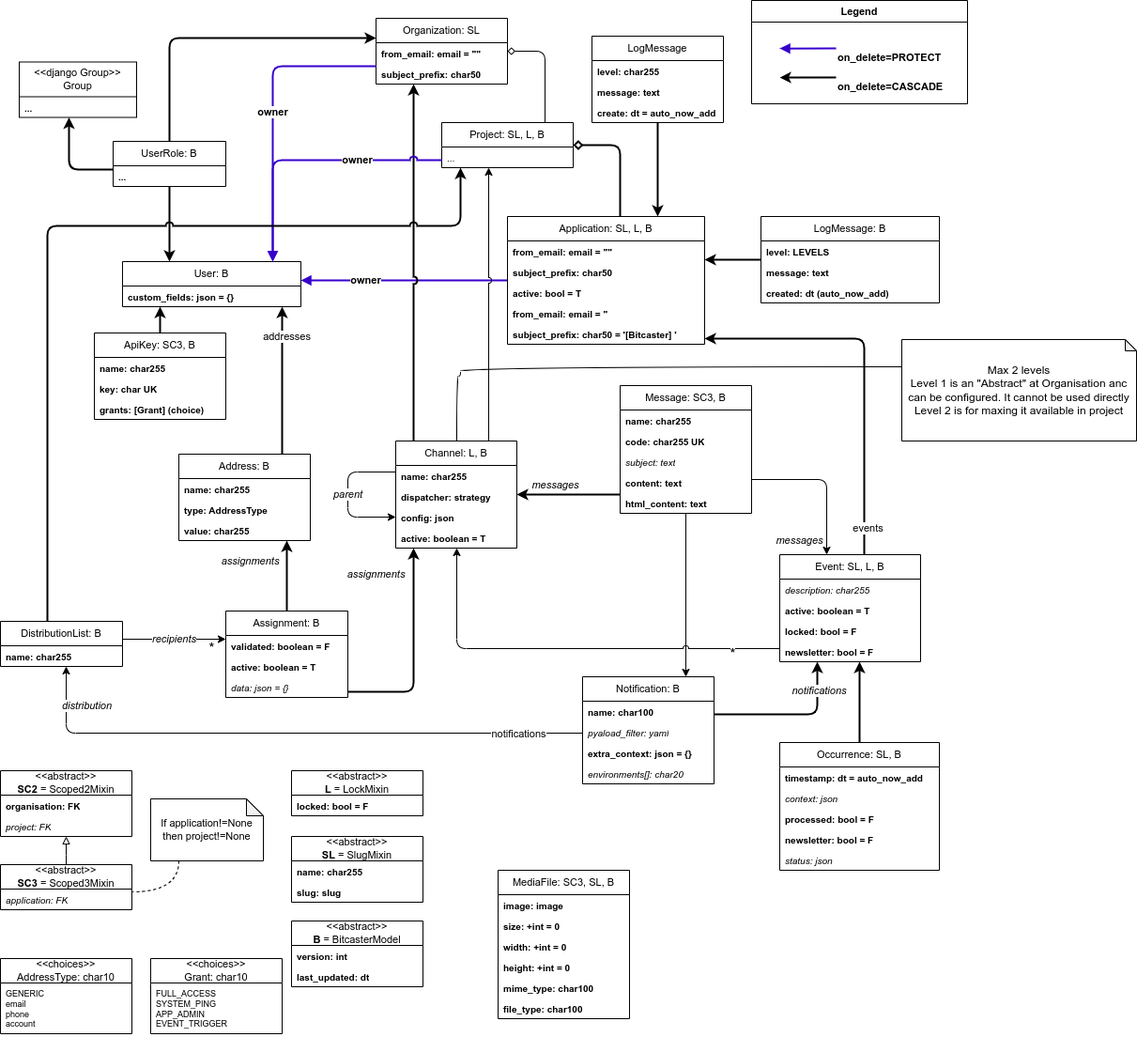
Earlier version of the draw.io export docs/guidelines/development/BitcasterCD.drawio.png (bitcaster-io/bitcaster). Source tidied: cells renumbered, new cells last; positions are measured from the earlier drawing's top-left corner, leaving out a move shared by most shapes.
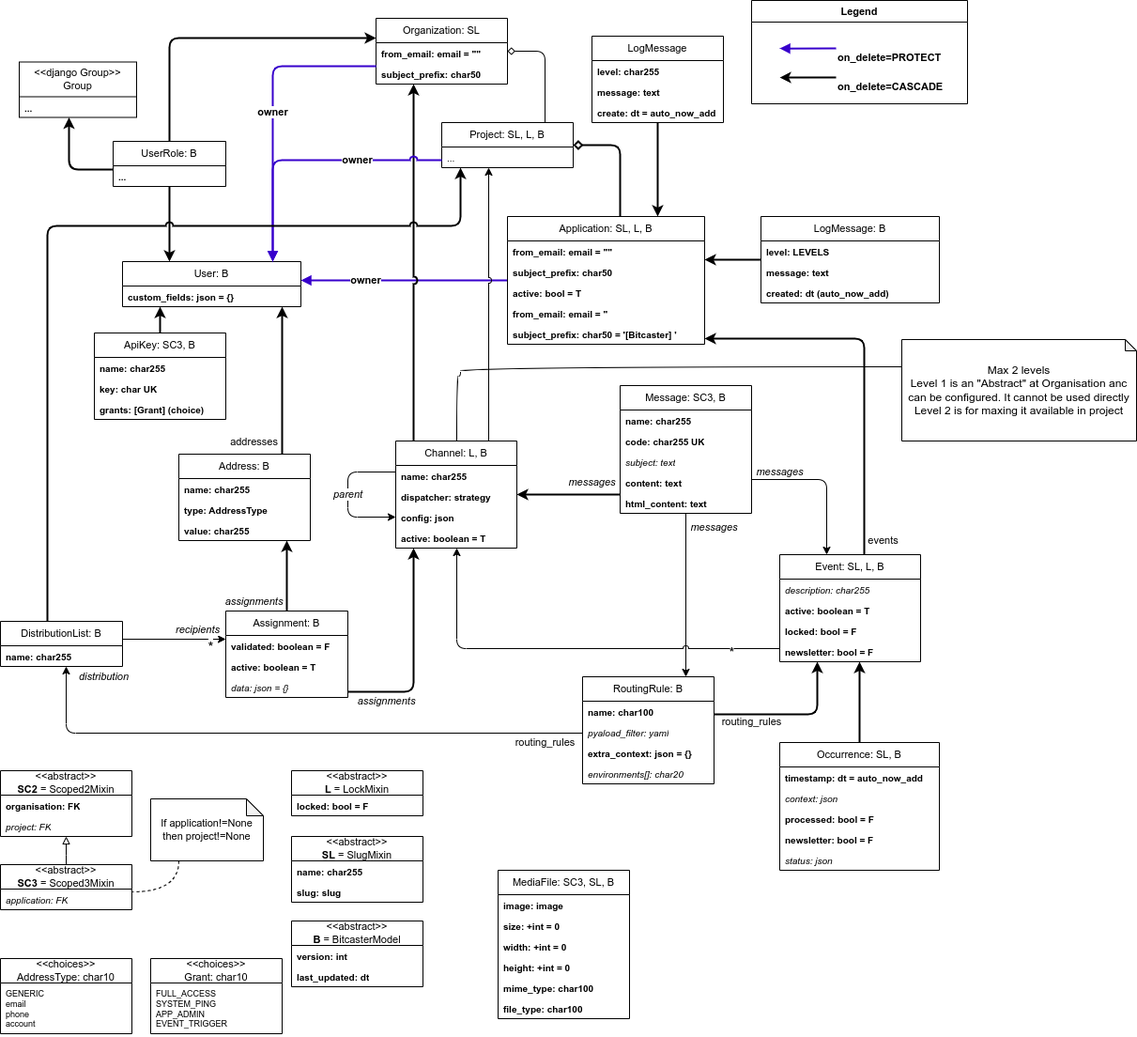
Above is the later version.

The edit, as a diff of the source:
```diff
@@ -11,7 +11,7 @@
     </mxCell>
     <mxCell id="3" value="messages" style="edgeLabel;html=1;align=center;verticalAlign=middle;fontFamily=Helvetica;fontSize=11;fontColor=default;labelBackgroundColor=default;fontStyle=2;" parent="2" vertex="1">
       <mxGeometry x="0.71" y="-1" relative="1" as="geometry">
-        <mxPoint x="-29" y="7" as="offset" />
+        <mxPoint x="-49" y="-65" as="offset" />
       </mxGeometry>
     </mxCell>
     <mxCell id="4" style="edgeStyle=orthogonalEdgeStyle;curved=0;rounded=1;jumpStyle=arc;jettySize=auto;html=1;strokeColor=default;align=center;verticalAlign=middle;fontFamily=Helvetica;fontSize=11;fontColor=default;labelBackgroundColor=default;endArrow=classic;strokeWidth=2;fontStyle=1;" parent="1" edge="1" source="7" target="33">
@@ -24,7 +24,7 @@
     </mxCell>
     <mxCell id="5" value="messages" style="edgeLabel;html=1;align=center;verticalAlign=middle;fontFamily=Helvetica;fontSize=11;fontColor=default;labelBackgroundColor=default;fontStyle=2;" parent="4" vertex="1">
       <mxGeometry x="0.8" y="1" relative="1" as="geometry">
-        <mxPoint x="29" y="-12" as="offset" />
+        <mxPoint x="69" y="-14" as="offset" />
       </mxGeometry>
     </mxCell>
     <mxCell id="6" style="edgeStyle=orthogonalEdgeStyle;rounded=1;jettySize=auto;html=1;jumpStyle=arc;" parent="1" edge="1" source="7" target="105">
@@ -35,6 +35,11 @@
         </Array>
       </mxGeometry>
     </mxCell>
+    <mxCell id="138" value="messages" style="edgeLabel;html=1;align=center;verticalAlign=middle;fontStyle=2;" parent="6" vertex="1">
+      <mxGeometry x="-0.76" relative="1" as="geometry">
+        <mxPoint x="30" y="-6" as="offset" />
+      </mxGeometry>
+    </mxCell>
     <mxCell id="7" value="Message: SC3, B" style="swimlane;fontStyle=0;horizontal=1;startSize=26;fillColor=none;whiteSpace=wrap;html=1;fontSize=11;" parent="1" vertex="1">
       <mxGeometry x="660" y="410" width="140" height="136" as="geometry" />
     </mxCell>
@@ -118,11 +123,13 @@
     </mxCell>
     <mxCell id="28" value="distribution" style="edgeLabel;html=1;align=center;verticalAlign=middle;fontStyle=2;" parent="27" vertex="1">
       <mxGeometry x="0.88" y="4" relative="1" as="geometry">
-        <mxPoint x="25" y="5" as="offset" />
+        <mxPoint x="44" y="-25" as="offset" />
       </mxGeometry>
     </mxCell>
-    <mxCell id="29" value="notifications" style="edgeLabel;html=1;align=center;verticalAlign=middle;" parent="27" vertex="1">
-      <mxGeometry x="-0.78" relative="1" as="geometry" />
+    <mxCell id="29" value="routing_rules" style="edgeLabel;html=1;align=center;verticalAlign=middle;" parent="27" vertex="1">
+      <mxGeometry x="-0.78" relative="1" as="geometry">
+        <mxPoint x="29" y="10" as="offset" />
+      </mxGeometry>
     </mxCell>
     <mxCell id="30" style="edgeStyle=orthogonalEdgeStyle;rounded=1;jettySize=auto;html=1;jumpStyle=arc;strokeWidth=2;" parent="1" edge="1" source="33" target="14">
       <mxGeometry relative="1" as="geometry">
@@ -196,7 +203,9 @@
       </mxGeometry>
     </mxCell>
     <mxCell id="46" value="events" style="edgeLabel;html=1;align=center;verticalAlign=middle;" parent="45" vertex="1">
-      <mxGeometry x="-0.86" y="-3" relative="1" as="geometry" />
+      <mxGeometry x="-0.86" y="-3" relative="1" as="geometry">
+        <mxPoint x="17" y="14" as="offset" />
+      </mxGeometry>
     </mxCell>
     <mxCell id="47" style="edgeStyle=orthogonalEdgeStyle;rounded=1;jettySize=auto;html=1;curved=0;jumpStyle=arc;" parent="1" edge="1" source="49" target="33">
       <mxGeometry relative="1" as="geometry">
@@ -266,7 +275,9 @@
       </mxGeometry>
     </mxCell>
     <mxCell id="62" value="addresses" style="edgeLabel;html=1;align=center;verticalAlign=middle;fontSize=11;fontFamily=Helvetica;fontColor=default;" parent="61" vertex="1">
-      <mxGeometry x="0.6" y="-4" relative="1" as="geometry" />
+      <mxGeometry x="0.6" y="-4" relative="1" as="geometry">
+        <mxPoint x="-34" y="112" as="offset" />
+      </mxGeometry>
     </mxCell>
     <mxCell id="63" value="Address: B" style="swimlane;fontStyle=0;horizontal=1;startSize=26;fillColor=none;whiteSpace=wrap;html=1;fontSize=11;" parent="1" vertex="1">
       <mxGeometry x="190" y="483" width="140" height="92" as="geometry" />
@@ -289,7 +300,7 @@
     </mxCell>
     <mxCell id="68" value="assignments" style="edgeLabel;html=1;align=center;verticalAlign=middle;fontStyle=2;" parent="67" vertex="1">
       <mxGeometry x="-0.62" relative="1" as="geometry">
-        <mxPoint x="-40" y="-40" as="offset" />
+        <mxPoint x="-35" y="4" as="offset" />
       </mxGeometry>
     </mxCell>
     <mxCell id="69" style="edgeStyle=orthogonalEdgeStyle;curved=0;rounded=1;jumpStyle=arc;jettySize=auto;html=1;strokeColor=default;align=center;verticalAlign=middle;fontFamily=Helvetica;fontSize=11;fontColor=default;labelBackgroundColor=default;endArrow=classic;strokeWidth=2;" parent="1" edge="1" source="71" target="33">
@@ -301,7 +312,7 @@
     </mxCell>
     <mxCell id="70" value="assignments" style="edgeLabel;html=1;align=center;verticalAlign=middle;fontStyle=2;" parent="69" vertex="1">
       <mxGeometry x="-0.68" y="-2" relative="1" as="geometry">
-        <mxPoint x="-6" y="-128" as="offset" />
+        <mxPoint x="5" y="8" as="offset" />
       </mxGeometry>
     </mxCell>
     <mxCell id="71" value="Assignment: B" style="swimlane;fontStyle=0;horizontal=1;startSize=26;fillColor=none;whiteSpace=wrap;html=1;fontSize=11;" parent="1" vertex="1">
@@ -364,7 +375,7 @@
       </mxGeometry>
     </mxCell>
     <mxCell id="85" value="recipients" style="edgeStyle=orthogonalEdgeStyle;shape=connector;rounded=1;jumpStyle=arc;jettySize=auto;html=1;labelBackgroundColor=default;strokeColor=default;align=center;verticalAlign=middle;fontFamily=Helvetica;fontSize=11;fontColor=default;endArrow=classic;fontStyle=2;" parent="1" edge="1" source="87" target="71">
-      <mxGeometry relative="1" as="geometry">
+      <mxGeometry x="0.45" y="10" relative="1" as="geometry">
         <Array as="points">
           <mxPoint x="160" y="680" />
           <mxPoint x="160" y="680" />
@@ -441,10 +452,12 @@
         </Array>
       </mxGeometry>
     </mxCell>
-    <mxCell id="104" value="notifications" style="edgeLabel;html=1;align=center;verticalAlign=middle;fontStyle=2;" parent="103" vertex="1">
-      <mxGeometry x="0.63" y="-1" relative="1" as="geometry" />
-    </mxCell>
+    <mxCell id="139" value="routing_rules" style="edgeLabel;html=1;align=center;verticalAlign=middle;" parent="103" vertex="1">
+      <mxGeometry x="-0.61" relative="1" as="geometry">
+        <mxPoint x="8" y="8" as="offset" />
+      </mxGeometry>
+    </mxCell>
-    <mxCell id="105" value="Notification: B" style="swimlane;fontStyle=0;horizontal=1;startSize=26;fillColor=none;whiteSpace=wrap;html=1;fontSize=11;" parent="1" vertex="1">
+    <mxCell id="105" value="RoutingRule: B" style="swimlane;fontStyle=0;horizontal=1;startSize=26;fillColor=none;whiteSpace=wrap;html=1;fontSize=11;" parent="1" vertex="1">
       <mxGeometry x="620" y="720" width="140" height="114" as="geometry" />
     </mxCell>
     <mxCell id="106" value="name: char100" style="text;strokeColor=none;fillColor=none;align=left;verticalAlign=top;spacingLeft=4;spacingRight=4;overflow=hidden;whiteSpace=wrap;html=1;fontSize=10;fontStyle=1;" parent="105" vertex="1">
```
